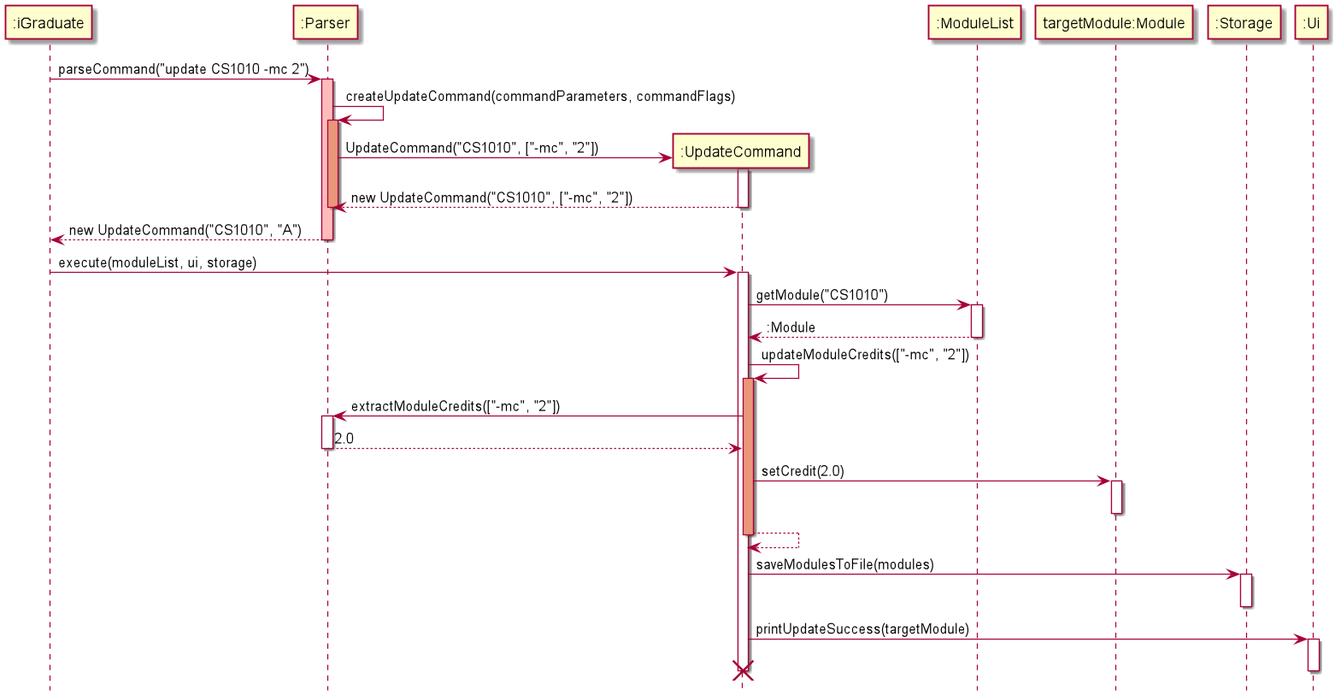
Above: docs/images/UpdateCommandSequenceDiagram.png in oscarlai1998/tp (PlantUML), before the change.
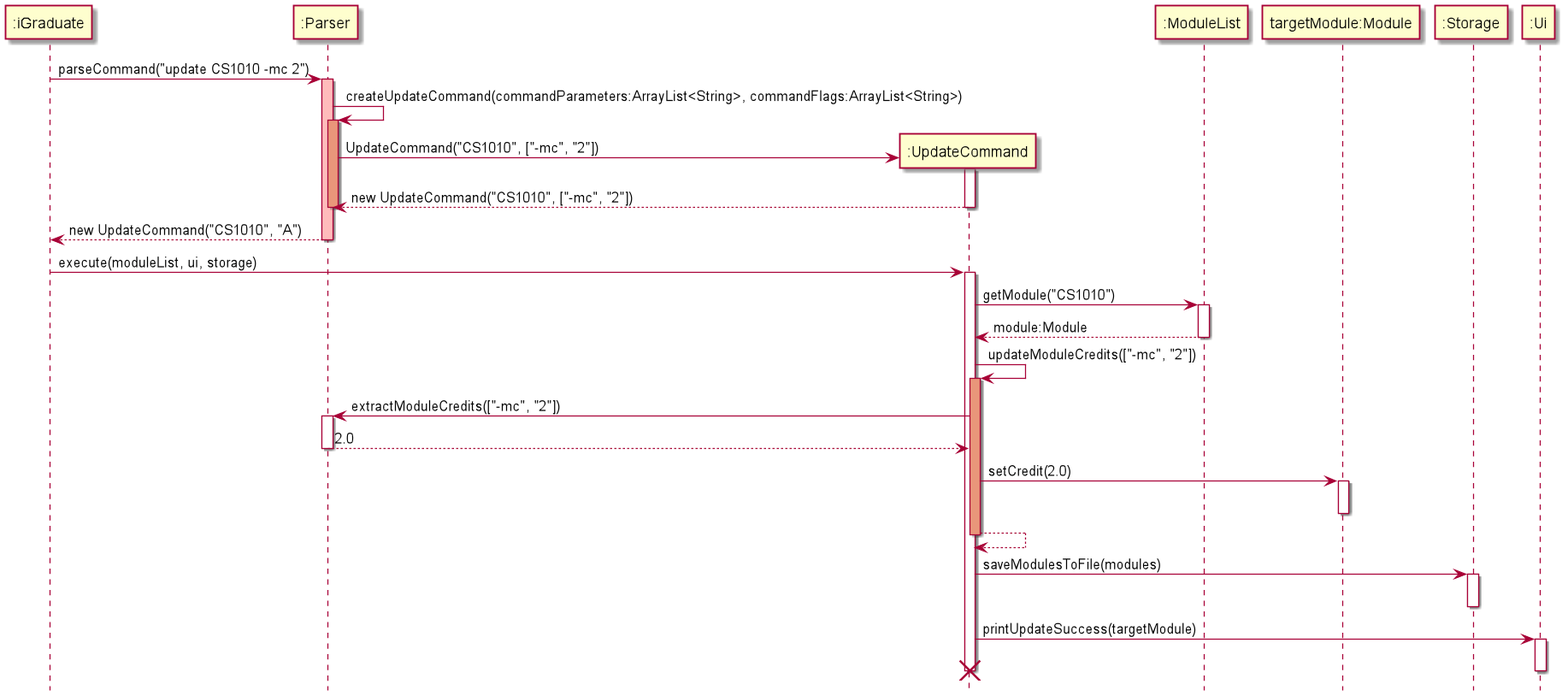
The same diagram one commit later.

The edit, as a diff of the source:
```diff
@@ -12,7 +12,7 @@
 iGraduate -> Parser: parseCommand("update CS1010 -mc 2")
 activate Parser #FFBBBB
 
-Parser -> Parser: createUpdateCommand(commandParameters, commandFlags)
+Parser -> Parser: createUpdateCommand(commandParameters:ArrayList<String>, commandFlags:ArrayList<String>)
 activate Parser #DarkSalmon
 
 create UpdateCommand
@@ -30,7 +30,7 @@
 
 UpdateCommand -> ModuleList: getModule("CS1010")
 activate ModuleList
-ModuleList --> UpdateCommand: :Module
+ModuleList --> UpdateCommand: module:Module
 deactivate ModuleList
 
 UpdateCommand -> UpdateCommand: updateModuleCredits(["-mc", "2"])
```
